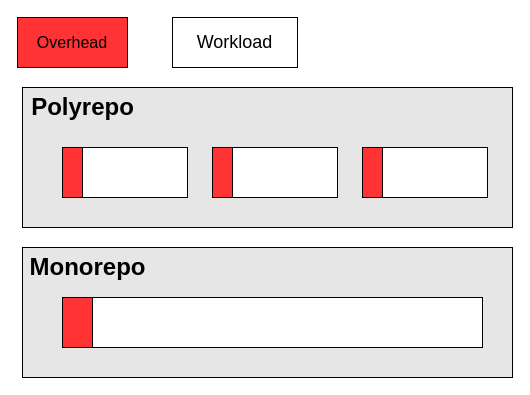
This is 2024/efficiency.drawio from Stealthmate/wakate, a draw.io file, before an edit. Source tidied: cells renumbered, new cells numbered last; positions are measured from the earlier drawing's top-left corner, leaving out a move shared by most shapes. Both pictures are drawn from the tidied source at 100%, with x=0, y=0 at pixel (17, 17).
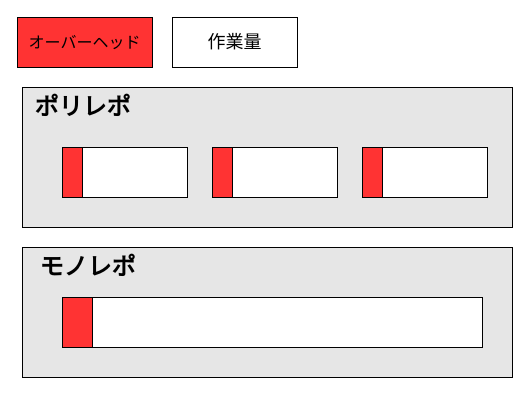
Above is the later version.

Commit message (it also covers changes not shown here):
fix: change launguage in figure to JP

The edit, as a diff of the source:
```diff
@@
 <mxGraphModel>
   <root>
     <mxCell id="0" />
     <mxCell id="1" parent="0" />
     <mxCell id="2" style="rounded=0;whiteSpace=wrap;html=1;fillColor=#E6E6E6;" parent="1" vertex="1">
       <mxGeometry x="5" y="70" width="490" height="140" as="geometry" />
     </mxCell>
-    <mxCell id="3" value="Polyrepo" style="text;strokeColor=none;fillColor=none;html=1;fontSize=24;fontStyle=1;verticalAlign=middle;align=center;" parent="1" vertex="1">
+    <mxCell id="3" value="ポリレポ" style="text;strokeColor=none;fillColor=none;html=1;fontSize=24;fontStyle=1;verticalAlign=middle;align=center;" parent="1" vertex="1">
       <mxGeometry x="5" y="70" width="120" height="40" as="geometry" />
     </mxCell>
     <mxCell id="4" style="rounded=0;whiteSpace=wrap;html=1;fillColor=#E6E6E6;" parent="1" vertex="1">
       <mxGeometry x="5" y="230" width="490" height="130" as="geometry" />
     </mxCell>
-    <mxCell id="5" value="Monorepo" style="text;strokeColor=none;fillColor=none;html=1;fontSize=24;fontStyle=1;verticalAlign=middle;align=center;" parent="1" vertex="1">
+    <mxCell id="5" value="モノレポ" style="text;strokeColor=none;fillColor=none;html=1;fontSize=24;fontStyle=1;verticalAlign=middle;align=center;" parent="1" vertex="1">
       <mxGeometry x="5" y="230" width="130" height="40" as="geometry" />
     </mxCell>
     <mxCell id="6" style="rounded=0;whiteSpace=wrap;html=1;" parent="1" vertex="1">
       <mxGeometry x="45" y="280" width="420" height="50" as="geometry" />
     </mxCell>
     <mxCell id="7" style="rounded=0;whiteSpace=wrap;html=1;" parent="1" vertex="1">
       <mxGeometry x="45" y="130" width="125" height="50" as="geometry" />
     </mxCell>
-    <mxCell id="8" value="&lt;font size=&quot;3&quot;&gt;Overhead&lt;/font&gt;" style="rounded=0;whiteSpace=wrap;html=1;fillColor=#FF3333;" parent="1" vertex="1">
-      <mxGeometry width="110" height="50" as="geometry" />
+    <mxCell id="8" value="&lt;font size=&quot;3&quot;&gt;オーバーヘッド&lt;/font&gt;" style="rounded=0;whiteSpace=wrap;html=1;fillColor=#FF3333;" parent="1" vertex="1">
+      <mxGeometry width="135" height="50" as="geometry" />
     </mxCell>
     <mxCell id="9" style="rounded=0;whiteSpace=wrap;html=1;fillColor=#FF3333;" parent="1" vertex="1">
       <mxGeometry x="45" y="280" width="30" height="50" as="geometry" />
     </mxCell>
     <mxCell id="10" style="rounded=0;whiteSpace=wrap;html=1;fillColor=#FF3333;" parent="1" vertex="1">
       <mxGeometry x="45" y="130" width="20" height="50" as="geometry" />
     </mxCell>
     <mxCell id="11" style="rounded=0;whiteSpace=wrap;html=1;" parent="1" vertex="1">
       <mxGeometry x="195" y="130" width="125" height="50" as="geometry" />
     </mxCell>
     <mxCell id="12" style="rounded=0;whiteSpace=wrap;html=1;fillColor=#FF3333;" parent="1" vertex="1">
       <mxGeometry x="195" y="130" width="20" height="50" as="geometry" />
     </mxCell>
     <mxCell id="13" style="rounded=0;whiteSpace=wrap;html=1;" parent="1" vertex="1">
       <mxGeometry x="345" y="130" width="125" height="50" as="geometry" />
     </mxCell>
     <mxCell id="14" style="rounded=0;whiteSpace=wrap;html=1;fillColor=#FF3333;" parent="1" vertex="1">
       <mxGeometry x="345" y="130" width="20" height="50" as="geometry" />
     </mxCell>
-    <mxCell id="15" value="&lt;font style=&quot;font-size: 18px;&quot;&gt;Workload&lt;/font&gt;" style="rounded=0;whiteSpace=wrap;html=1;" parent="1" vertex="1">
+    <mxCell id="15" value="&lt;span style=&quot;font-size: 18px;&quot;&gt;作業量&lt;/span&gt;" style="rounded=0;whiteSpace=wrap;html=1;" parent="1" vertex="1">
       <mxGeometry x="155" width="125" height="50" as="geometry" />
     </mxCell>
   </root>
 </mxGraphModel>
```
